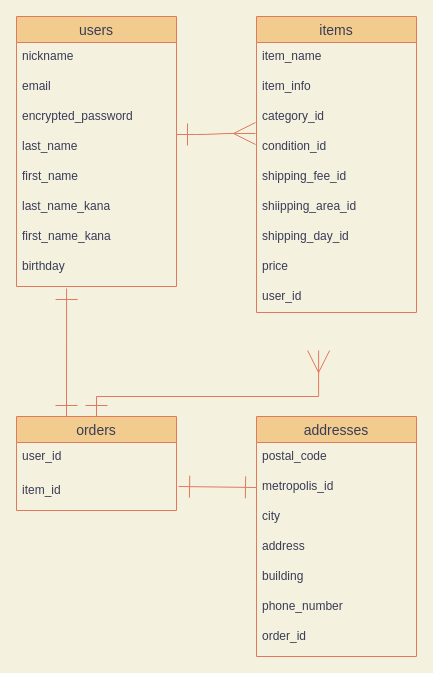
This is ER.dio from pengin0805/furima-35236, a draw.io file, before an edit. Source tidied: cells renumbered, new cells numbered last; positions are measured from the earlier drawing's top-left corner, leaving out a move shared by most shapes. Both pictures are drawn from the tidied source at 100%, with x=0, y=0 at pixel (16, 16).
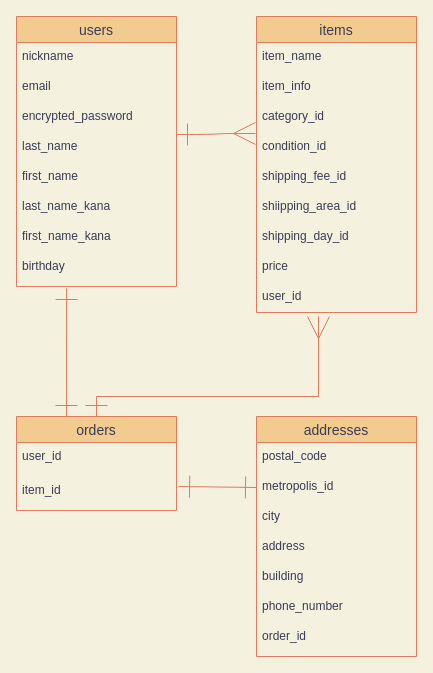
The same page after the edit.

Unchanged cells that the change refers to:
```xml
<mxCell id="22" value="orders" style="swimlane;fontStyle=0;horizontal=1;startSize=26;align=center;fontSize=14;fillColor=#F2CC8F;strokeColor=#E07A5F;fontColor=#393C56;" parent="1" vertex="1">
  <mxGeometry y="400" width="160" height="94" as="geometry" />
</mxCell>
```

Change to the diagram source:
```diff
@@
-    <mxCell id="21" style="edgeStyle=orthogonalEdgeStyle;rounded=0;jettySize=auto;html=1;exitX=0.5;exitY=0;exitDx=0;exitDy=0;startArrow=ERone;startFill=0;endArrow=ERmany;endFill=0;endSize=20;startSize=20;labelBackgroundColor=#F4F1DE;strokeColor=#E07A5F;fontColor=#393C56;entryX=0.388;entryY=1.118;entryDx=0;entryDy=0;entryPerimeter=0;" parent="1" edge="1" source="22">
+    <mxCell id="21" style="edgeStyle=orthogonalEdgeStyle;rounded=0;jettySize=auto;html=1;exitX=0.5;exitY=0;exitDx=0;exitDy=0;startArrow=ERone;startFill=0;endArrow=ERmany;endFill=0;endSize=20;startSize=20;labelBackgroundColor=#F4F1DE;strokeColor=#E07A5F;fontColor=#393C56;" parent="1" edge="1" source="22">
       <mxGeometry relative="1" as="geometry">
-        <mxPoint x="302.1" y="334" as="targetPoint" />
+        <mxPoint x="302" y="300" as="targetPoint" />
         <Array as="points">
           <mxPoint x="80" y="380" />
           <mxPoint x="302" y="380" />
         </Array>
       </mxGeometry>
     </mxCell>
```
